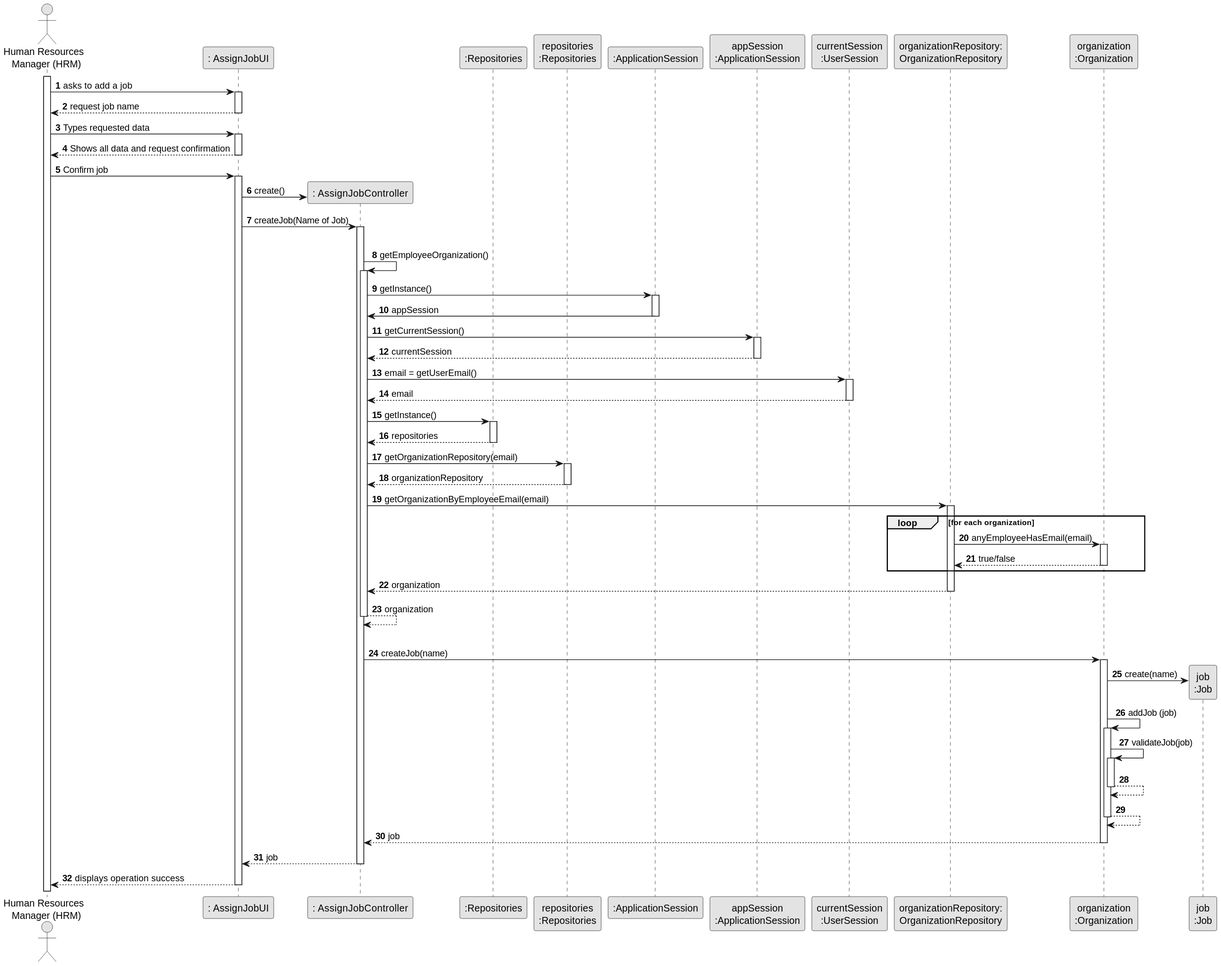
This is docs/sprintC/us002/03.design/svg/us002-sequence-diagram-full.svg from Departamento-de-Engenharia-Informatica/lei-24-s2-1dkl-g134, a PlantUML export, as it was before one commit.
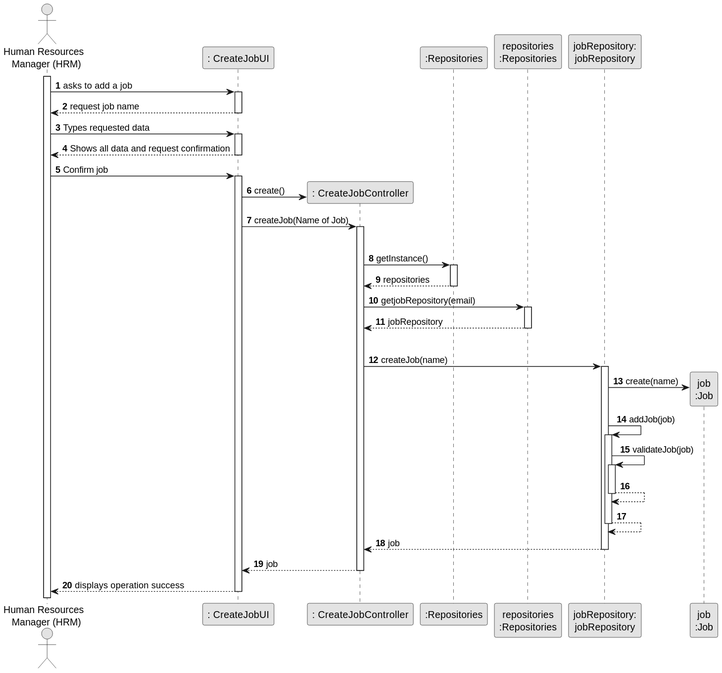
Above is the later version.

The edit, as a diff of the source:
```diff
@@ -6,15 +6,11 @@
 autonumber
 
 actor "Human Resources \n Manager (HRM)" as ADM
-participant ":  AssignJobUI" as UI
-participant ":  AssignJobController" as CTRL
+participant ":  CreateJobUI" as UI
+participant ":  CreateJobController" as CTRL
 participant ":Repositories" as RepositorySingleton
 participant "repositories\n:Repositories" as PLAT
-participant ":ApplicationSession" as _APP
-participant "appSession\n:ApplicationSession" as APP
-participant "currentSession\n:UserSession" as SESSAO
-participant "organizationRepository:\nOrganizationRepository" as OrganizationRepository
-participant "organization\n:Organization" as ORG
+participant "jobRepository:\njobRepository" as JobRepository
 participant "job\n:Job" as JOB
 
 activate ADM
@@ -41,79 +37,35 @@
         UI -> CTRL : createJob(Name of Job)
         activate CTRL
 
-                |||
-                CTRL -> CTRL : getEmployeeOrganization()
-                activate CTRL
+            |||
+            CTRL -> RepositorySingleton: getInstance()
+            activate RepositorySingleton
 
-                    CTRL -> _APP: getInstance()
-                    activate _APP
-                        _APP -> CTRL: appSession
-                    deactivate _APP
+            RepositorySingleton --> CTRL: repositories
+            deactivate RepositorySingleton
 
+            CTRL -> PLAT: getjobRepository(email)
+            activate PLAT
 
-                    CTRL -> APP: getCurrentSession()
-                    activate APP
+                PLAT --> CTRL: jobRepository
+            deactivate PLAT
+            |||
+            CTRL -> JobRepository: createJob(name)
+            activate JobRepository
 
-                        APP --> CTRL: currentSession
-                    deactivate APP
+                JobRepository -> JOB**: create(name)
+                JobRepository -> JobRepository: addJob(job)
+                activate JobRepository
+                    JobRepository -> JobRepository: validateJob(job)
+                    activate JobRepository
+                    JobRepository --> JobRepository
+                    deactivate JobRepository
+                JobRepository --> JobRepository
+                deactivate JobRepository
 
-                    CTRL -> SESSAO: email = getUserEmail()
-                    activate SESSAO
+                JobRepository --> CTRL : job
 
-                        SESSAO --> CTRL: email
-                    deactivate SESSAO
-
-                    CTRL -> RepositorySingleton: getInstance()
-                    activate RepositorySingleton
-
-                    RepositorySingleton --> CTRL: repositories
-                    deactivate RepositorySingleton
-
-                    CTRL -> PLAT: getOrganizationRepository(email)
-                    activate PLAT
-
-                        PLAT --> CTRL: organizationRepository
-                    deactivate PLAT
-
-
-                    CTRL -> OrganizationRepository: getOrganizationByEmployeeEmail(email)
-                    activate OrganizationRepository
-
-                        loop for each organization
-
-                            OrganizationRepository -> ORG : anyEmployeeHasEmail(email)
-                            activate ORG
-
-                                 ORG --> OrganizationRepository : true/false
-                            deactivate ORG
-                        end
-                        OrganizationRepository --> CTRL : organization
-                    deactivate OrganizationRepository
-
-                    CTRL --> CTRL : organization
-                deactivate CTRL
-
-            |||
-            CTRL -> ORG: createJob(name)
-            activate ORG
-
-                ORG -> JOB**: create(name)
-                ORG -> ORG: addJob (job)
-
-
-                activate ORG
-                    ORG -> ORG: validateJob(job)
-                    activate ORG
-                    ORG --> ORG
-                    deactivate ORG
-                    ORG --> ORG
-
-
-                deactivate ORG
-
-                ORG --> CTRL : job
-
-            deactivate ORG
+            deactivate JobRepository
 
             CTRL --> UI: job
             deactivate CTRL
```
